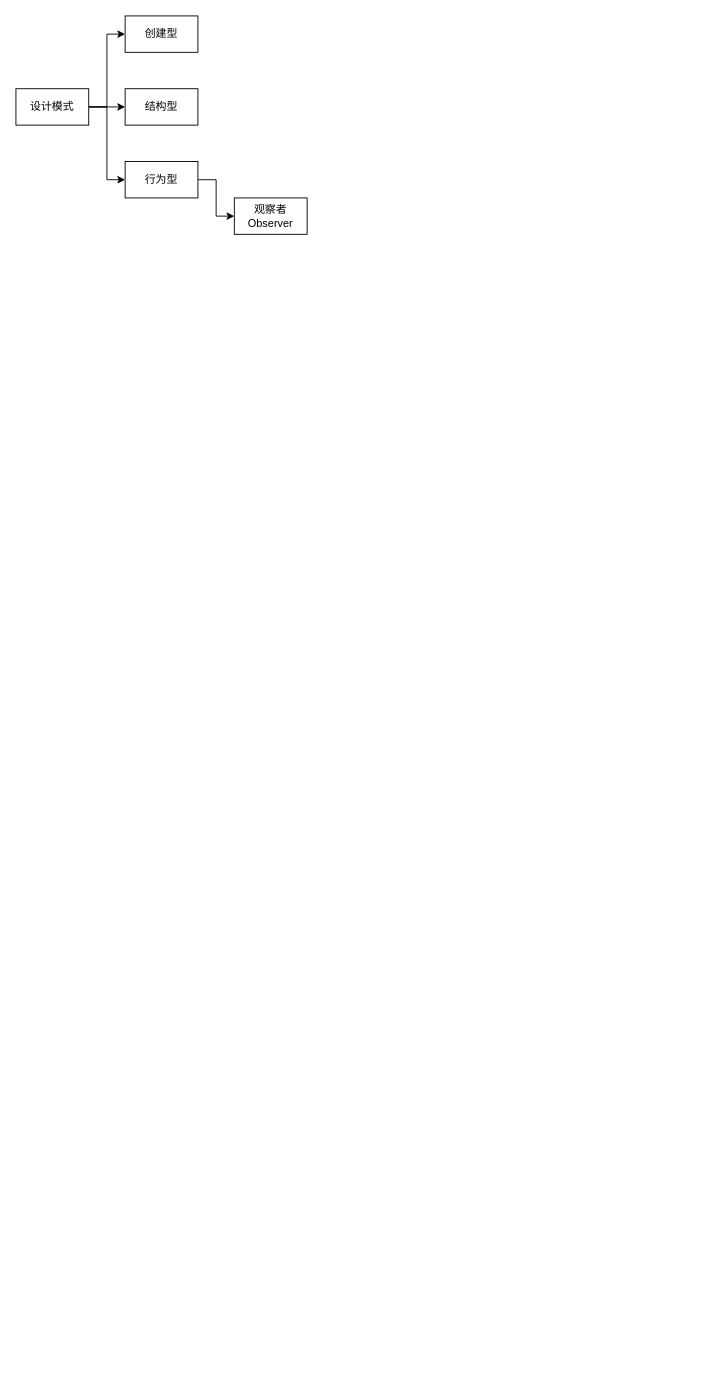
Above: page "设计模式" (10 of 10) of Java面试/java基础.drawio in zaixianyonghu/FlowCharts (draw.io), before the change. Source tidied: cells renumbered, new cells numbered last; positions are measured from the earlier drawing's top-left corner, leaving out a move shared by most shapes. Both pictures are drawn from the tidied source at 91%, with x=0, y=0 at pixel (15, 15).
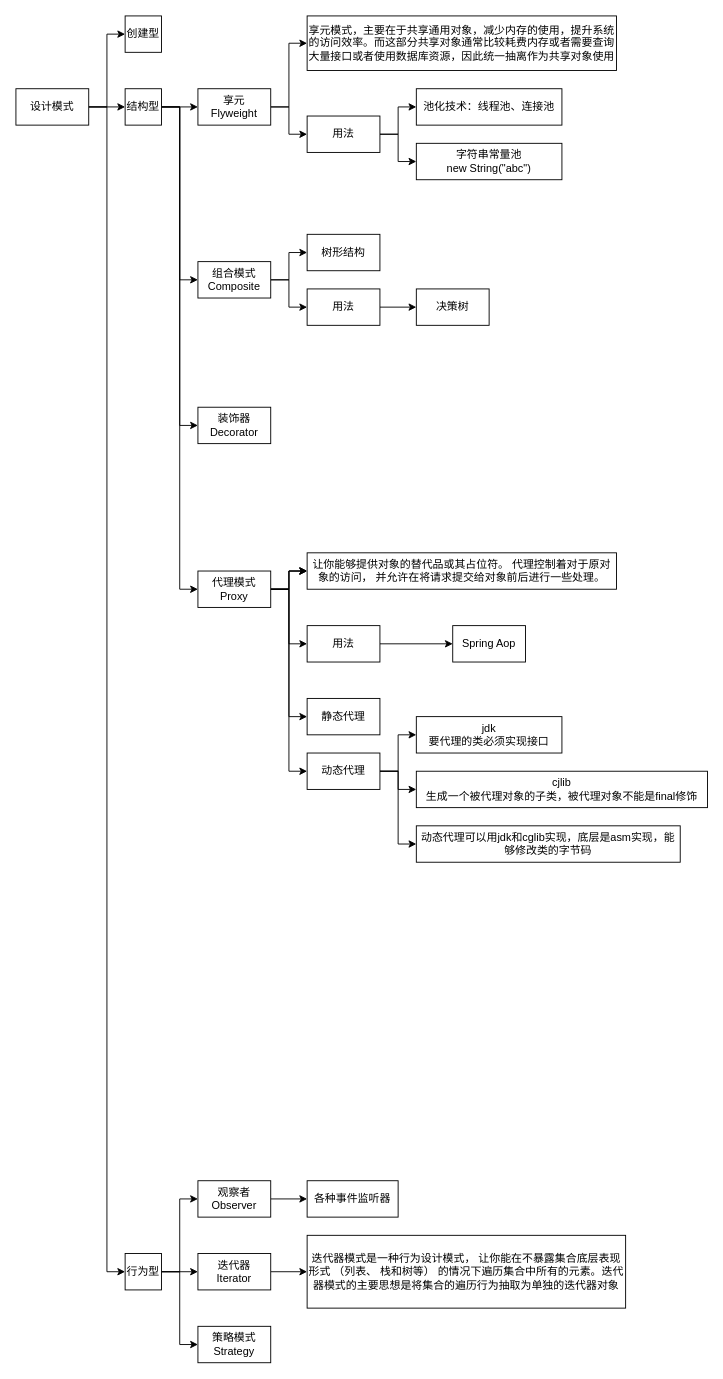
The same page after the edit.

The edit, as a diff of the source:
```diff
@@
+    <mxCell id="11" style="edgeStyle=orthogonalEdgeStyle;rounded=0;jettySize=auto;html=1;" parent="1" edge="1" source="6" target="18">
+      <mxGeometry relative="1" as="geometry" />
+    </mxCell>
     <mxCell id="6" value="观察者Observer" style="rounded=0;whiteSpace=wrap;html=1;" parent="1" vertex="1">
-      <mxGeometry x="240" y="200" width="80" height="40" as="geometry" />
+      <mxGeometry x="200" y="1280" width="80" height="40" as="geometry" />
     </mxCell>
     <mxCell id="7" value="创建型" style="rounded=0;whiteSpace=wrap;html=1;" parent="1" vertex="1">
-      <mxGeometry x="120" width="80" height="40" as="geometry" />
+      <mxGeometry x="120" width="40" height="40" as="geometry" />
     </mxCell>
+    <mxCell id="12" style="edgeStyle=orthogonalEdgeStyle;rounded=0;jettySize=auto;html=1;" parent="1" edge="1" source="8" target="24">
+      <mxGeometry relative="1" as="geometry" />
+    </mxCell>
+    <mxCell id="13" style="edgeStyle=orthogonalEdgeStyle;rounded=0;jettySize=auto;html=1;entryX=0;entryY=0.5;entryDx=0;entryDy=0;" parent="1" edge="1" source="8" target="21">
+      <mxGeometry relative="1" as="geometry" />
+    </mxCell>
+    <mxCell id="14" style="edgeStyle=orthogonalEdgeStyle;rounded=0;jettySize=auto;html=1;entryX=0;entryY=0.5;entryDx=0;entryDy=0;" parent="1" edge="1" source="8" target="25">
+      <mxGeometry relative="1" as="geometry" />
+    </mxCell>
+    <mxCell id="15" style="edgeStyle=orthogonalEdgeStyle;rounded=0;jettySize=auto;html=1;entryX=0;entryY=0.5;entryDx=0;entryDy=0;" parent="1" edge="1" source="8" target="38">
+      <mxGeometry relative="1" as="geometry" />
+    </mxCell>
     <mxCell id="8" value="结构型" style="rounded=0;whiteSpace=wrap;html=1;" parent="1" vertex="1">
-      <mxGeometry x="120" y="80" width="80" height="40" as="geometry" />
+      <mxGeometry x="120" y="80" width="40" height="40" as="geometry" />
     </mxCell>
@@
+    <mxCell id="16" style="edgeStyle=orthogonalEdgeStyle;rounded=0;jettySize=auto;html=1;entryX=0;entryY=0.5;entryDx=0;entryDy=0;" parent="1" edge="1" source="10" target="56">
+      <mxGeometry relative="1" as="geometry" />
+    </mxCell>
+    <mxCell id="17" style="edgeStyle=orthogonalEdgeStyle;rounded=0;jettySize=auto;html=1;entryX=0;entryY=0.5;entryDx=0;entryDy=0;" parent="1" edge="1" source="10" target="58">
+      <mxGeometry relative="1" as="geometry" />
+    </mxCell>
     <mxCell id="10" value="行为型" style="rounded=0;whiteSpace=wrap;html=1;" parent="1" vertex="1">
-      <mxGeometry x="120" y="160" width="80" height="40" as="geometry" />
+      <mxGeometry x="120" y="1360" width="40" height="40" as="geometry" />
     </mxCell>
+    <mxCell id="18" value="各种事件监听器" style="rounded=0;whiteSpace=wrap;html=1;" parent="1" vertex="1">
+      <mxGeometry x="320" y="1280" width="100" height="40" as="geometry" />
+    </mxCell>
+    <mxCell id="19" style="edgeStyle=orthogonalEdgeStyle;rounded=0;jettySize=auto;html=1;" parent="1" edge="1" source="21" target="51">
+      <mxGeometry relative="1" as="geometry" />
+    </mxCell>
+    <mxCell id="20" style="edgeStyle=orthogonalEdgeStyle;rounded=0;jettySize=auto;html=1;" parent="1" edge="1" source="21" target="53">
+      <mxGeometry relative="1" as="geometry" />
+    </mxCell>
+    <mxCell id="21" value="组合模式Composite" style="rounded=0;whiteSpace=wrap;html=1;" parent="1" vertex="1">
+      <mxGeometry x="200" y="270" width="80" height="40" as="geometry" />
+    </mxCell>
+    <mxCell id="22" style="edgeStyle=orthogonalEdgeStyle;rounded=0;jettySize=auto;html=1;entryX=0;entryY=0.5;entryDx=0;entryDy=0;" parent="1" edge="1" source="24" target="30">
+      <mxGeometry relative="1" as="geometry" />
+    </mxCell>
+    <mxCell id="23" style="edgeStyle=orthogonalEdgeStyle;rounded=0;jettySize=auto;html=1;entryX=0;entryY=0.5;entryDx=0;entryDy=0;" parent="1" edge="1" source="24" target="31">
+      <mxGeometry relative="1" as="geometry" />
+    </mxCell>
+    <mxCell id="24" value="享元&lt;br&gt;Flyweight" style="rounded=0;whiteSpace=wrap;html=1;" parent="1" vertex="1">
+      <mxGeometry x="200" y="80" width="80" height="40" as="geometry" />
+    </mxCell>
+    <mxCell id="25" value="装饰器&lt;br&gt;Decorator" style="rounded=0;whiteSpace=wrap;html=1;" parent="1" vertex="1">
+      <mxGeometry x="200" y="430" width="80" height="40" as="geometry" />
+    </mxCell>
+    <mxCell id="26" value="池化技术：线程池、连接池" style="rounded=0;whiteSpace=wrap;html=1;" parent="1" vertex="1">
+      <mxGeometry x="440" y="80" width="160" height="40" as="geometry" />
+    </mxCell>
+    <mxCell id="27" value="字符串常量池&lt;br&gt;new String(&quot;abc&quot;)" style="rounded=0;whiteSpace=wrap;html=1;" parent="1" vertex="1">
+      <mxGeometry x="440" y="140" width="160" height="40" as="geometry" />
+    </mxCell>
+    <mxCell id="28" style="edgeStyle=orthogonalEdgeStyle;rounded=0;jettySize=auto;html=1;entryX=0;entryY=0.5;entryDx=0;entryDy=0;" parent="1" edge="1" source="30" target="26">
+      <mxGeometry relative="1" as="geometry" />
+    </mxCell>
+    <mxCell id="29" style="edgeStyle=orthogonalEdgeStyle;rounded=0;jettySize=auto;html=1;entryX=0;entryY=0.5;entryDx=0;entryDy=0;" parent="1" edge="1" source="30" target="27">
+      <mxGeometry relative="1" as="geometry" />
+    </mxCell>
+    <mxCell id="30" value="用法" style="rounded=0;whiteSpace=wrap;html=1;" parent="1" vertex="1">
+      <mxGeometry x="320" y="110" width="80" height="40" as="geometry" />
+    </mxCell>
+    <mxCell id="31" value="享元模式，主要在于共享通用对象，减少内存的使用，提升系统的访问效率。而这部分共享对象通常比较耗费内存或者需要查询大量接口或者使用数据库资源，因此统一抽离作为共享对象使用" style="rounded=0;whiteSpace=wrap;html=1;" parent="1" vertex="1">
+      <mxGeometry x="320" width="340" height="60" as="geometry" />
+    </mxCell>
+    <mxCell id="32" style="edgeStyle=orthogonalEdgeStyle;rounded=0;jettySize=auto;html=1;" parent="1" edge="1" source="38" target="39">
+      <mxGeometry relative="1" as="geometry" />
+    </mxCell>
+    <mxCell id="33" style="edgeStyle=orthogonalEdgeStyle;rounded=0;jettySize=auto;html=1;entryX=0;entryY=0.5;entryDx=0;entryDy=0;" parent="1" edge="1" source="38" target="41">
+      <mxGeometry relative="1" as="geometry" />
+    </mxCell>
+    <mxCell id="34" style="edgeStyle=orthogonalEdgeStyle;rounded=0;jettySize=auto;html=1;" parent="1" edge="1" source="38" target="39">
+      <mxGeometry relative="1" as="geometry" />
+    </mxCell>
+    <mxCell id="35" style="edgeStyle=orthogonalEdgeStyle;rounded=0;jettySize=auto;html=1;" parent="1" edge="1" source="38" target="39">
+      <mxGeometry relative="1" as="geometry" />
+    </mxCell>
+    <mxCell id="36" style="edgeStyle=orthogonalEdgeStyle;rounded=0;jettySize=auto;html=1;entryX=0;entryY=0.5;entryDx=0;entryDy=0;" parent="1" edge="1" source="38" target="44">
+      <mxGeometry relative="1" as="geometry" />
+    </mxCell>
+    <mxCell id="37" style="edgeStyle=orthogonalEdgeStyle;rounded=0;jettySize=auto;html=1;entryX=0;entryY=0.5;entryDx=0;entryDy=0;" parent="1" edge="1" source="38" target="48">
+      <mxGeometry relative="1" as="geometry" />
+    </mxCell>
+    <mxCell id="38" value="代理模式&lt;br&gt;Proxy" style="rounded=0;whiteSpace=wrap;html=1;" parent="1" vertex="1">
+      <mxGeometry x="200" y="610" width="80" height="40" as="geometry" />
+    </mxCell>
+    <mxCell id="39" value="让你能够提供对象的替代品或其占位符。&amp;nbsp;代理控制着对于原对象的访问，&amp;nbsp;并允许在将请求提交给对象前后进行一些处理。" style="rounded=0;whiteSpace=wrap;html=1;" parent="1" vertex="1">
+      <mxGeometry x="320" y="590" width="340" height="40" as="geometry" />
+    </mxCell>
+    <mxCell id="40" style="edgeStyle=orthogonalEdgeStyle;rounded=0;jettySize=auto;html=1;" parent="1" edge="1" source="41" target="42">
+      <mxGeometry relative="1" as="geometry" />
+    </mxCell>
+    <mxCell id="41" value="用法" style="rounded=0;whiteSpace=wrap;html=1;" parent="1" vertex="1">
+      <mxGeometry x="320" y="670" width="80" height="40" as="geometry" />
+    </mxCell>
+    <mxCell id="42" value="Spring Aop" style="rounded=0;whiteSpace=wrap;html=1;" parent="1" vertex="1">
+      <mxGeometry x="480" y="670" width="80" height="40" as="geometry" />
+    </mxCell>
+    <mxCell id="43" value="动态代理可以用jdk和cglib实现，底层是asm实现，能够修改类的字节码" style="rounded=0;whiteSpace=wrap;html=1;" parent="1" vertex="1">
+      <mxGeometry x="440" y="890" width="290" height="40" as="geometry" />
+    </mxCell>
+    <mxCell id="44" value="静态代理" style="rounded=0;whiteSpace=wrap;html=1;" parent="1" vertex="1">
+      <mxGeometry x="320" y="750" width="80" height="40" as="geometry" />
+    </mxCell>
+    <mxCell id="45" style="edgeStyle=orthogonalEdgeStyle;rounded=0;jettySize=auto;html=1;entryX=0;entryY=0.5;entryDx=0;entryDy=0;" parent="1" edge="1" source="48" target="43">
+      <mxGeometry relative="1" as="geometry" />
+    </mxCell>
+    <mxCell id="46" style="edgeStyle=orthogonalEdgeStyle;rounded=0;jettySize=auto;html=1;entryX=0;entryY=0.5;entryDx=0;entryDy=0;" parent="1" edge="1" source="48" target="49">
+      <mxGeometry relative="1" as="geometry" />
+    </mxCell>
+    <mxCell id="47" style="edgeStyle=orthogonalEdgeStyle;rounded=0;jettySize=auto;html=1;entryX=0;entryY=0.5;entryDx=0;entryDy=0;" parent="1" edge="1" source="48" target="50">
+      <mxGeometry relative="1" as="geometry" />
+    </mxCell>
+    <mxCell id="48" value="动态代理" style="rounded=0;whiteSpace=wrap;html=1;" parent="1" vertex="1">
+      <mxGeometry x="320" y="810" width="80" height="40" as="geometry" />
+    </mxCell>
+    <mxCell id="49" value="jdk&lt;br&gt;要代理的类必须实现接口" style="rounded=0;whiteSpace=wrap;html=1;" parent="1" vertex="1">
+      <mxGeometry x="440" y="770" width="160" height="40" as="geometry" />
+    </mxCell>
+    <mxCell id="50" value="cjlib&lt;br&gt;生成一个被代理对象的子类，被代理对象不能是final修饰" style="rounded=0;whiteSpace=wrap;html=1;" parent="1" vertex="1">
+      <mxGeometry x="440" y="830" width="320" height="40" as="geometry" />
+    </mxCell>
+    <mxCell id="51" value="树形结构" style="rounded=0;whiteSpace=wrap;html=1;" parent="1" vertex="1">
+      <mxGeometry x="320" y="240" width="80" height="40" as="geometry" />
+    </mxCell>
+    <mxCell id="52" style="edgeStyle=orthogonalEdgeStyle;rounded=0;jettySize=auto;html=1;" parent="1" edge="1" source="53" target="54">
+      <mxGeometry relative="1" as="geometry" />
+    </mxCell>
+    <mxCell id="53" value="用法" style="rounded=0;whiteSpace=wrap;html=1;" parent="1" vertex="1">
+      <mxGeometry x="320" y="300" width="80" height="40" as="geometry" />
+    </mxCell>
+    <mxCell id="54" value="决策树" style="rounded=0;whiteSpace=wrap;html=1;" parent="1" vertex="1">
+      <mxGeometry x="440" y="300" width="80" height="40" as="geometry" />
+    </mxCell>
+    <mxCell id="55" style="edgeStyle=orthogonalEdgeStyle;rounded=0;jettySize=auto;html=1;" parent="1" edge="1" source="56" target="57">
+      <mxGeometry relative="1" as="geometry" />
+    </mxCell>
+    <mxCell id="56" value="迭代器&lt;br&gt;Iterator" style="rounded=0;whiteSpace=wrap;html=1;" parent="1" vertex="1">
+      <mxGeometry x="200" y="1360" width="80" height="40" as="geometry" />
+    </mxCell>
+    <mxCell id="57" value="迭代器模式是一种行为设计模式，&amp;nbsp;让你能在不暴露集合底层表现形式&amp;nbsp;（列表、&amp;nbsp;栈和树等）&amp;nbsp;的情况下遍历集合中所有的元素。迭代器模式的主要思想是将集合的遍历行为抽取为单独的迭代器对象" style="rounded=0;whiteSpace=wrap;html=1;" parent="1" vertex="1">
+      <mxGeometry x="320" y="1340" width="350" height="80" as="geometry" />
+    </mxCell>
+    <mxCell id="58" value="策略模式&lt;br&gt;Strategy" style="rounded=0;whiteSpace=wrap;html=1;" parent="1" vertex="1">
+      <mxGeometry x="200" y="1440" width="80" height="40" as="geometry" />
+    </mxCell>
```
